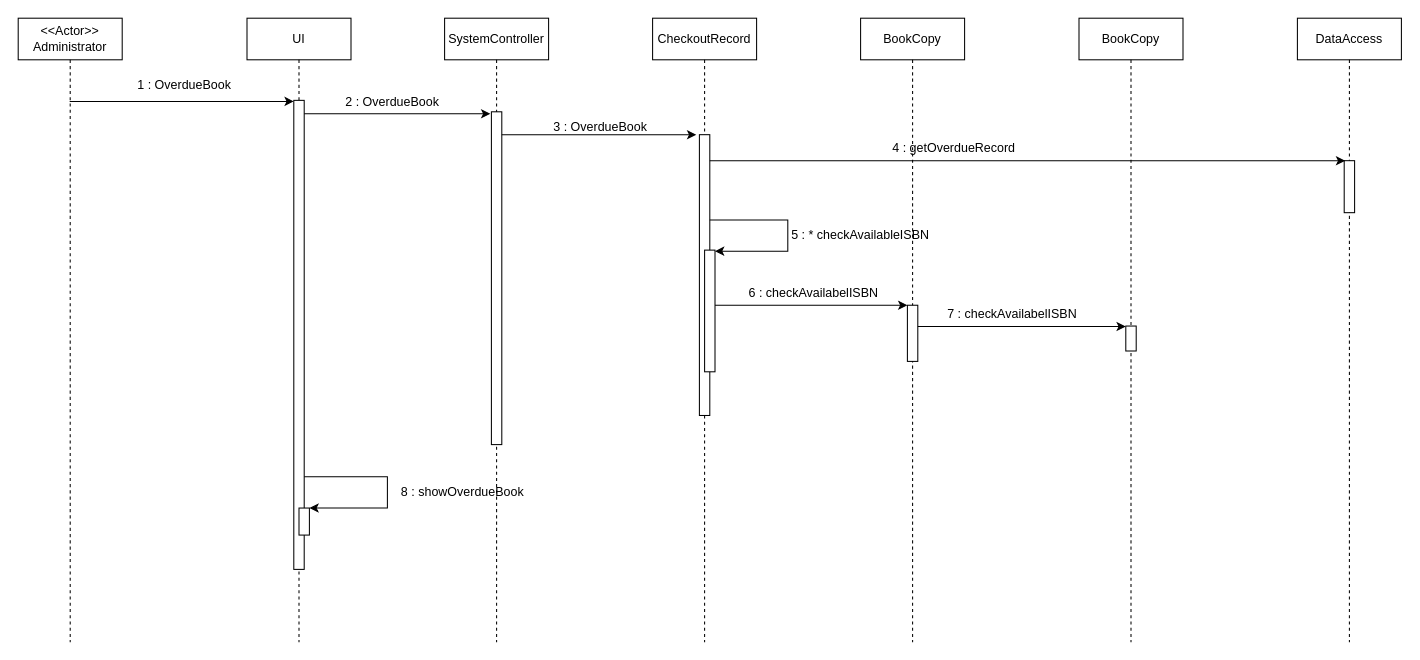
This is design/overdueBook_7.drawio from hoangson1989/Java-MPP-Library, a draw.io file, before an edit. Source tidied: cells renumbered, new cells numbered last; positions are measured from the earlier drawing's top-left corner, leaving out a move shared by most shapes. Both pictures are drawn from the tidied source at 104%, with x=0, y=0 at pixel (18, 18).
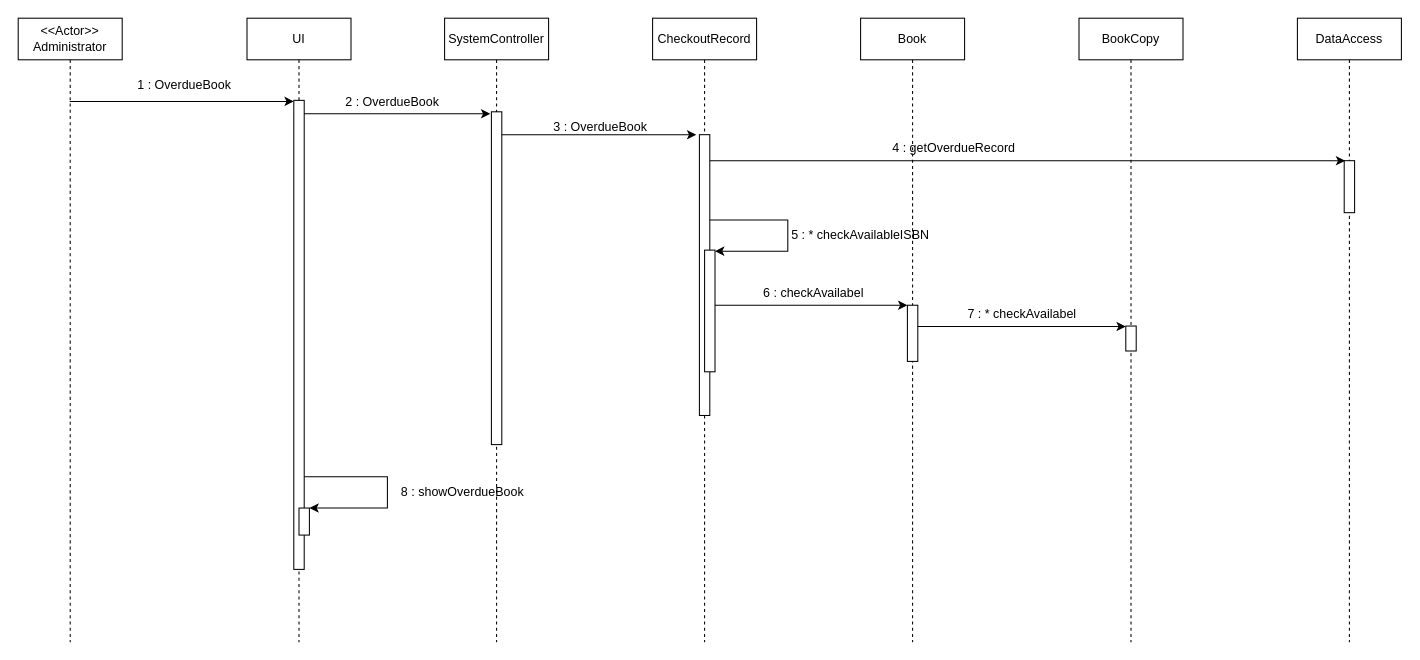
The same diagram, later.

Commit message (it also covers changes not shown here):
update sequence diagram

The edit, as a diff of the source:
```diff
@@
-    <mxCell id="20" value="BookCopy" style="shape=umlLifeline;perimeter=lifelinePerimeter;whiteSpace=wrap;html=1;newEdgeStyle={&quot;edgeStyle&quot;:&quot;elbowEdgeStyle&quot;,&quot;elbow&quot;:&quot;vertical&quot;,&quot;curved&quot;:0,&quot;rounded&quot;:0};" parent="1" vertex="1">
+    <mxCell id="20" value="Book" style="shape=umlLifeline;perimeter=lifelinePerimeter;whiteSpace=wrap;html=1;newEdgeStyle={&quot;edgeStyle&quot;:&quot;elbowEdgeStyle&quot;,&quot;elbow&quot;:&quot;vertical&quot;,&quot;curved&quot;:0,&quot;rounded&quot;:0};" parent="1" vertex="1">
       <mxGeometry x="810" width="100" height="600" as="geometry" />
     </mxCell>
@@
-    <mxCell id="28" value="6 : checkAvailabelISBN" style="text;html=1;strokeColor=none;fillColor=none;align=center;verticalAlign=middle;whiteSpace=wrap;rounded=0;" parent="1" vertex="1">
+    <mxCell id="28" value="6 : checkAvailabel" style="text;html=1;strokeColor=none;fillColor=none;align=center;verticalAlign=middle;whiteSpace=wrap;rounded=0;" parent="1" vertex="1">
       <mxGeometry x="700" y="250" width="130" height="30" as="geometry" />
     </mxCell>
@@
-    <mxCell id="32" value="7 : checkAvailabelISBN" style="text;html=1;strokeColor=none;fillColor=none;align=center;verticalAlign=middle;whiteSpace=wrap;rounded=0;" parent="1" vertex="1">
-      <mxGeometry x="891" y="270" width="130" height="30" as="geometry" />
+    <mxCell id="32" value="7 : * checkAvailabel" style="text;html=1;strokeColor=none;fillColor=none;align=center;verticalAlign=middle;whiteSpace=wrap;rounded=0;" parent="1" vertex="1">
+      <mxGeometry x="891" y="270" width="149" height="30" as="geometry" />
     </mxCell>
```
